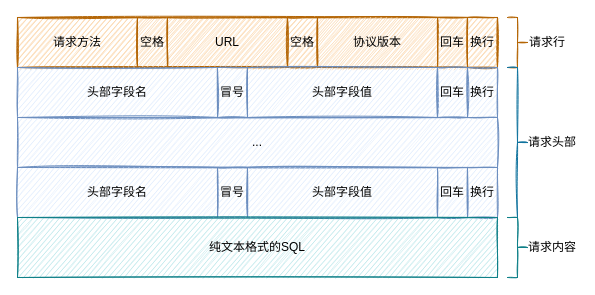
Above: img/ck http request.drawio in leonce28/draw-io-img (draw.io), before the change. Source tidied: cells renumbered, new cells numbered last; positions are measured from the earlier drawing's top-left corner, leaving out a move shared by most shapes. Both pictures are drawn from the tidied source at 100%, with x=0, y=0 at pixel (17, 17).
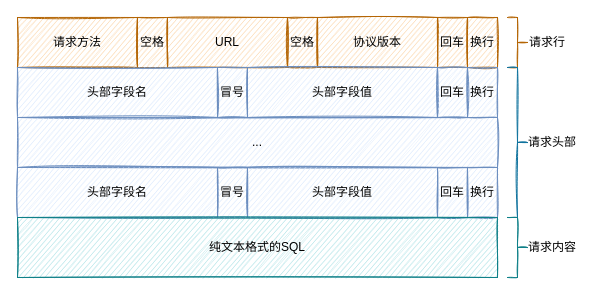
Above is the later version.

The edit, as a diff of the source:
```diff
@@
-    <mxCell id="2" style="rounded=0;whiteSpace=wrap;html=1;fillStyle=auto;fillColor=#fad7ac;gradientDirection=north;sketch=1;strokeColor=#b46504;" parent="1" vertex="1">
-      <mxGeometry width="480" height="50" as="geometry" />
-    </mxCell>
```
